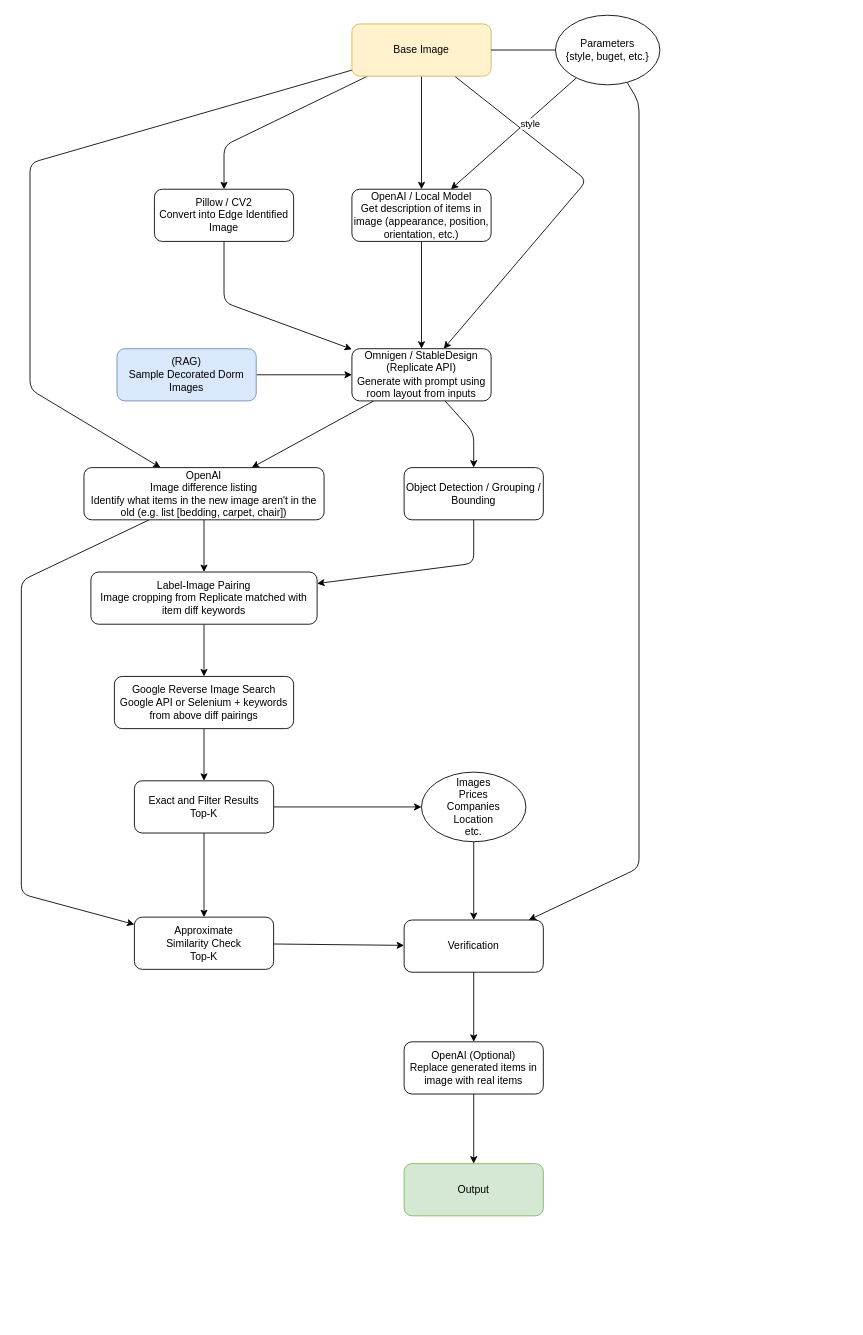
Earlier version of the draw.io diagram diagrams/prototype2.drawio (iiisong/reModel). Source tidied: cells renumbered, new cells numbered last; positions are measured from the earlier drawing's top-left corner, leaving out a move shared by most shapes. Both pictures are drawn from the tidied source at 87%, with x=0, y=0 at pixel (21, 15).
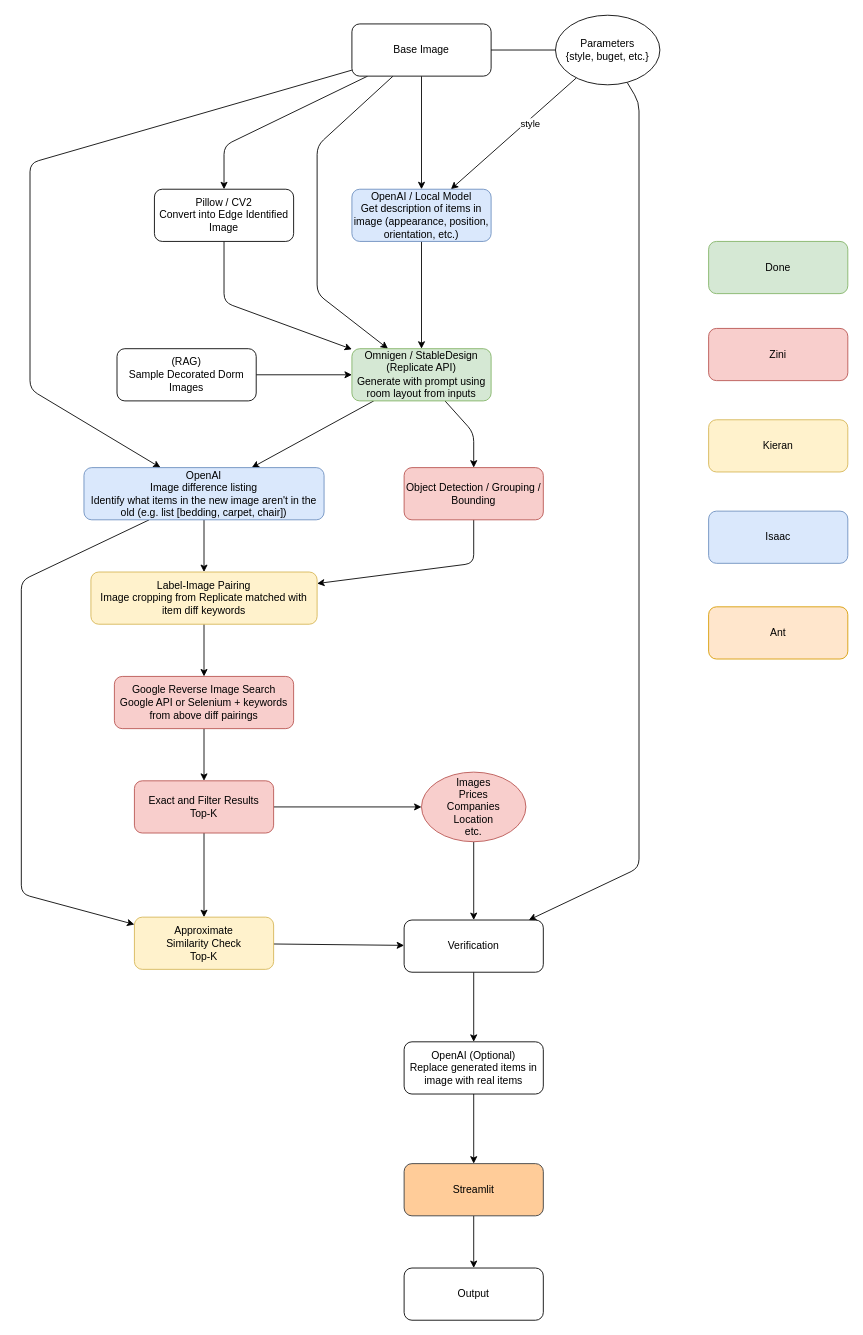
Above is the later version.

What changed in the source:
```diff
@@
     <mxCell id="4" style="edgeStyle=none;html=1;" parent="1" edge="1" source="6" target="32">
       <mxGeometry relative="1" as="geometry">
         <Array as="points">
-          <mxPoint x="650" y="190" />
+          <mxPoint x="340" y="150" />
+          <mxPoint x="340" y="320" />
         </Array>
       </mxGeometry>
     </mxCell>
@@
-    <mxCell id="6" value="Base Image" style="rounded=1;whiteSpace=wrap;html=1;fillColor=#fff2cc;strokeColor=#d6b656;" parent="1" vertex="1">
+    <mxCell id="6" value="Base Image" style="rounded=1;whiteSpace=wrap;html=1;" parent="1" vertex="1">
       <mxGeometry x="380" y="10" width="160" height="60" as="geometry" />
     </mxCell>
@@
-    <mxCell id="8" value="Google Reverse Image Search&lt;div&gt;Google API or Selenium + keywords from above diff pairings&lt;/div&gt;" style="rounded=1;whiteSpace=wrap;html=1;" parent="1" vertex="1">
+    <mxCell id="8" value="Google Reverse Image Search&lt;div&gt;Google API or Selenium + keywords from above diff pairings&lt;/div&gt;" style="rounded=1;whiteSpace=wrap;html=1;fillColor=#f8cecc;strokeColor=#b85450;" parent="1" vertex="1">
       <mxGeometry x="107" y="760" width="206" height="60" as="geometry" />
     </mxCell>
@@
-    <mxCell id="11" value="Exact and Filter Results&lt;div&gt;&lt;span style=&quot;background-color: transparent;&quot;&gt;Top-K&lt;/span&gt;&lt;br&gt;&lt;/div&gt;" style="rounded=1;whiteSpace=wrap;html=1;" parent="1" vertex="1">
+    <mxCell id="11" value="Exact and Filter Results&lt;div&gt;&lt;span style=&quot;background-color: transparent;&quot;&gt;Top-K&lt;/span&gt;&lt;br&gt;&lt;/div&gt;" style="rounded=1;whiteSpace=wrap;html=1;fillColor=#f8cecc;strokeColor=#b85450;" parent="1" vertex="1">
       <mxGeometry x="130" y="880" width="160" height="60" as="geometry" />
     </mxCell>
@@
-    <mxCell id="13" value="Images&lt;div&gt;Prices&lt;/div&gt;&lt;div&gt;Companies&lt;/div&gt;&lt;div&gt;Location&lt;/div&gt;&lt;div&gt;etc.&lt;/div&gt;" style="ellipse;whiteSpace=wrap;html=1;" parent="1" vertex="1">
+    <mxCell id="13" value="Images&lt;div&gt;Prices&lt;/div&gt;&lt;div&gt;Companies&lt;/div&gt;&lt;div&gt;Location&lt;/div&gt;&lt;div&gt;etc.&lt;/div&gt;" style="ellipse;whiteSpace=wrap;html=1;fillColor=#f8cecc;strokeColor=#b85450;" parent="1" vertex="1">
       <mxGeometry x="460" y="870" width="120" height="80" as="geometry" />
     </mxCell>
@@
-    <mxCell id="15" value="&lt;div&gt;Approximate&lt;/div&gt;&lt;div&gt;Similarity Check&lt;br&gt;Top-K&lt;/div&gt;" style="rounded=1;whiteSpace=wrap;html=1;" parent="1" vertex="1">
+    <mxCell id="15" value="&lt;div&gt;Approximate&lt;/div&gt;&lt;div&gt;Similarity Check&lt;br&gt;Top-K&lt;/div&gt;" style="rounded=1;whiteSpace=wrap;html=1;fillColor=#fff2cc;strokeColor=#d6b656;" parent="1" vertex="1">
       <mxGeometry x="130" y="1036.7" width="160" height="60" as="geometry" />
     </mxCell>
@@
+    <mxCell id="42" style="edgeStyle=none;html=1;" parent="1" edge="1" source="25" target="48">
+      <mxGeometry relative="1" as="geometry" />
+    </mxCell>
-    <mxCell id="25" value="Output" style="rounded=1;whiteSpace=wrap;html=1;fillColor=#d5e8d4;strokeColor=#82b366;" parent="1" vertex="1">
+    <mxCell id="25" value="Streamlit" style="rounded=1;whiteSpace=wrap;html=1;fillColor=#ffcc99;strokeColor=#36393d;" parent="1" vertex="1">
       <mxGeometry x="440" y="1320" width="160" height="60" as="geometry" />
     </mxCell>
@@
-    <mxCell id="29" value="OpenAI / Local Model&lt;div&gt;Get description of items in image (appearance, position, orientation, etc.)&lt;/div&gt;" style="rounded=1;whiteSpace=wrap;html=1;" parent="1" vertex="1">
+    <mxCell id="29" value="OpenAI / Local Model&lt;div&gt;Get description of items in image (appearance, position, orientation, etc.)&lt;/div&gt;" style="rounded=1;whiteSpace=wrap;html=1;fillColor=#dae8fc;strokeColor=#6c8ebf;" parent="1" vertex="1">
       <mxGeometry x="380" y="200" width="160" height="60" as="geometry" />
     </mxCell>
@@
-    <mxCell id="32" value="Omnigen / StableDesign (Replicate API)&lt;div&gt;Generate with prompt using room layout from inputs&lt;/div&gt;" style="rounded=1;whiteSpace=wrap;html=1;" parent="1" vertex="1">
+    <mxCell id="32" value="Omnigen / StableDesign (Replicate API)&lt;div&gt;Generate with prompt using room layout from inputs&lt;/div&gt;" style="rounded=1;whiteSpace=wrap;html=1;fillColor=#d5e8d4;strokeColor=#82b366;" parent="1" vertex="1">
       <mxGeometry x="380" y="383.3" width="160" height="60" as="geometry" />
     </mxCell>
@@
-    <mxCell id="34" value="&lt;div&gt;(RAG)&lt;/div&gt;Sample Decorated Dorm Images" style="rounded=1;whiteSpace=wrap;html=1;fillColor=#dae8fc;strokeColor=#6c8ebf;" parent="1" vertex="1">
+    <mxCell id="34" value="&lt;div&gt;(RAG)&lt;/div&gt;Sample Decorated Dorm Images" style="rounded=1;whiteSpace=wrap;html=1;" parent="1" vertex="1">
       <mxGeometry x="110" y="383.3" width="160" height="60" as="geometry" />
     </mxCell>
@@
-    <mxCell id="37" value="OpenAI&lt;div&gt;Image difference listing&lt;/div&gt;&lt;div&gt;Identify what items in the new image aren't in the old (e.g. list [bedding, carpet, chair])&lt;/div&gt;" style="rounded=1;whiteSpace=wrap;html=1;" parent="1" vertex="1">
+    <mxCell id="37" value="OpenAI&lt;div&gt;Image difference listing&lt;/div&gt;&lt;div&gt;Identify what items in the new image aren't in the old (e.g. list [bedding, carpet, chair])&lt;/div&gt;" style="rounded=1;whiteSpace=wrap;html=1;fillColor=#dae8fc;strokeColor=#6c8ebf;" parent="1" vertex="1">
       <mxGeometry x="72" y="520" width="276" height="60" as="geometry" />
     </mxCell>
@@
-    <mxCell id="39" value="&lt;div&gt;&lt;/div&gt;&lt;div&gt;Label-Image Pairing&lt;/div&gt;&lt;div&gt;Image cropping from Replicate matched with item diff keywords&lt;/div&gt;" style="rounded=1;whiteSpace=wrap;html=1;" parent="1" vertex="1">
+    <mxCell id="39" value="&lt;div&gt;&lt;/div&gt;&lt;div&gt;Label-Image Pairing&lt;/div&gt;&lt;div&gt;Image cropping from Replicate matched with item diff keywords&lt;/div&gt;" style="rounded=1;whiteSpace=wrap;html=1;fillColor=#fff2cc;strokeColor=#d6b656;" parent="1" vertex="1">
       <mxGeometry x="80" y="640" width="260" height="60" as="geometry" />
     </mxCell>
@@
-    <mxCell id="41" value="Object Detection / Grouping / Bounding" style="rounded=1;whiteSpace=wrap;html=1;" parent="1" vertex="1">
+    <mxCell id="41" value="Object Detection / Grouping / Bounding" style="rounded=1;whiteSpace=wrap;html=1;fillColor=#f8cecc;strokeColor=#b85450;" parent="1" vertex="1">
       <mxGeometry x="440" y="520" width="160" height="60" as="geometry" />
     </mxCell>
+    <mxCell id="43" value="Done" style="rounded=1;whiteSpace=wrap;html=1;fillColor=#d5e8d4;strokeColor=#82b366;" parent="1" vertex="1">
+      <mxGeometry x="790" y="260" width="160" height="60" as="geometry" />
+    </mxCell>
+    <mxCell id="44" value="Zini" style="rounded=1;whiteSpace=wrap;html=1;fillColor=#f8cecc;strokeColor=#b85450;" parent="1" vertex="1">
+      <mxGeometry x="790" y="360" width="160" height="60" as="geometry" />
+    </mxCell>
+    <mxCell id="45" value="Kieran" style="rounded=1;whiteSpace=wrap;html=1;fillColor=#fff2cc;strokeColor=#d6b656;" parent="1" vertex="1">
+      <mxGeometry x="790" y="465" width="160" height="60" as="geometry" />
+    </mxCell>
+    <mxCell id="46" value="Isaac" style="rounded=1;whiteSpace=wrap;html=1;fillColor=#dae8fc;strokeColor=#6c8ebf;" parent="1" vertex="1">
+      <mxGeometry x="790" y="570" width="160" height="60" as="geometry" />
+    </mxCell>
+    <mxCell id="47" value="Ant" style="rounded=1;whiteSpace=wrap;html=1;fillColor=#ffe6cc;strokeColor=#d79b00;" parent="1" vertex="1">
+      <mxGeometry x="790" y="680" width="160" height="60" as="geometry" />
+    </mxCell>
+    <mxCell id="48" value="Output" style="rounded=1;whiteSpace=wrap;html=1;" parent="1" vertex="1">
+      <mxGeometry x="440" y="1440" width="160" height="60" as="geometry" />
+    </mxCell>
```
